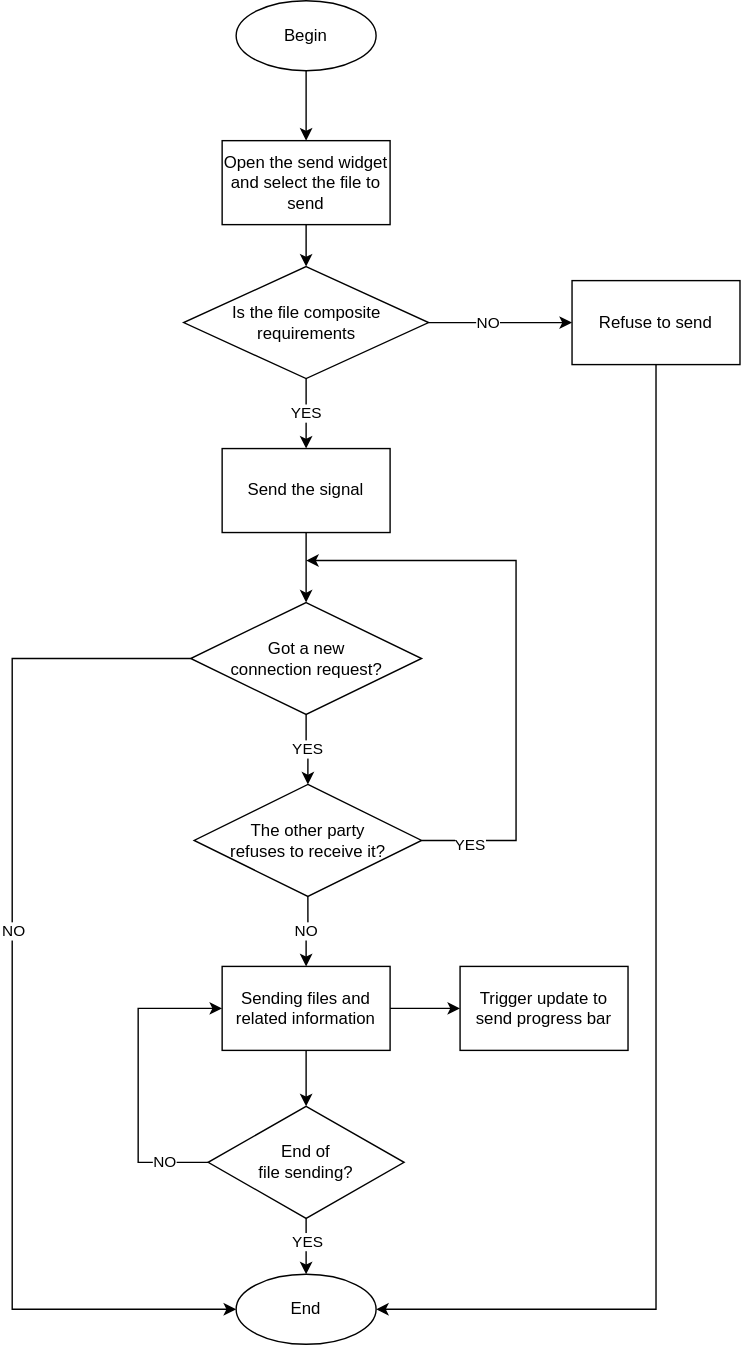
NekoSilverFox/PolyChat keeps this draw.io diagram as doc/pic/README/tcp_sender.svg. Above is the earlier version. Source tidied: cells renumbered, new cells last; positions are measured from the earlier drawing's top-left corner, leaving out a move shared by most shapes. The source it was exported from:
```xml
<mxGraphModel>
  <root>
    <mxCell id="0" />
    <mxCell id="1" parent="0" />
    <mxCell id="2" style="edgeStyle=orthogonalEdgeStyle;rounded=0;jettySize=auto;html=1;entryX=0.5;entryY=0;entryDx=0;entryDy=0;exitX=0.5;exitY=1;exitDx=0;exitDy=0;" parent="1" edge="1" source="23" target="4">
      <mxGeometry relative="1" as="geometry" />
    </mxCell>
    <mxCell id="3" style="edgeStyle=orthogonalEdgeStyle;rounded=0;jettySize=auto;html=1;" parent="1" edge="1" source="4" target="27">
      <mxGeometry relative="1" as="geometry" />
    </mxCell>
    <mxCell id="4" value="Open the send widget and select the file to send" style="rounded=0;whiteSpace=wrap;html=1;" parent="1" vertex="1">
      <mxGeometry x="150" y="100" width="120" height="60" as="geometry" />
    </mxCell>
    <mxCell id="5" style="edgeStyle=orthogonalEdgeStyle;rounded=0;jettySize=auto;html=1;" parent="1" edge="1" target="10">
      <mxGeometry relative="1" as="geometry">
        <mxPoint x="210" y="380" as="sourcePoint" />
      </mxGeometry>
    </mxCell>
    <mxCell id="6" value="Send the signal" style="rounded=0;whiteSpace=wrap;html=1;" parent="1" vertex="1">
      <mxGeometry x="150" y="320" width="120" height="60" as="geometry" />
    </mxCell>
    <mxCell id="7" value="YES" style="edgeStyle=orthogonalEdgeStyle;rounded=0;jettySize=auto;html=1;exitX=0.5;exitY=1;exitDx=0;exitDy=0;entryX=0.5;entryY=0;entryDx=0;entryDy=0;" parent="1" edge="1" source="10" target="14">
      <mxGeometry relative="1" as="geometry" />
    </mxCell>
    <mxCell id="8" style="edgeStyle=orthogonalEdgeStyle;rounded=0;jettySize=auto;html=1;exitX=0;exitY=0.5;exitDx=0;exitDy=0;entryX=0;entryY=0.5;entryDx=0;entryDy=0;" parent="1" edge="1" source="10" target="30">
      <mxGeometry relative="1" as="geometry">
        <Array as="points">
          <mxPoint y="470" />
          <mxPoint y="935" />
        </Array>
      </mxGeometry>
    </mxCell>
    <mxCell id="9" value="NO" style="edgeLabel;html=1;align=center;verticalAlign=middle;" parent="8" vertex="1">
      <mxGeometry x="-0.14" y="1" relative="1" as="geometry">
        <mxPoint x="-1" y="-1" as="offset" />
      </mxGeometry>
    </mxCell>
    <mxCell id="10" value="Got a new &lt;br&gt;connection request?" style="rhombus;whiteSpace=wrap;html=1;rounded=0;" parent="1" vertex="1">
      <mxGeometry x="127.5" y="430" width="165" height="80" as="geometry" />
    </mxCell>
    <mxCell id="11" style="edgeStyle=orthogonalEdgeStyle;rounded=0;jettySize=auto;html=1;exitX=1;exitY=0.5;exitDx=0;exitDy=0;" parent="1" edge="1" source="14">
      <mxGeometry relative="1" as="geometry">
        <mxPoint x="210" y="400" as="targetPoint" />
        <Array as="points">
          <mxPoint x="360" y="600" />
          <mxPoint x="360" y="400" />
        </Array>
      </mxGeometry>
    </mxCell>
    <mxCell id="12" value="YES" style="edgeLabel;html=1;align=center;verticalAlign=middle;" parent="11" vertex="1">
      <mxGeometry x="-0.84" y="-2" relative="1" as="geometry" />
    </mxCell>
    <mxCell id="13" value="NO" style="edgeStyle=orthogonalEdgeStyle;rounded=0;jettySize=auto;html=1;exitX=0.5;exitY=1;exitDx=0;exitDy=0;entryX=0.5;entryY=0;entryDx=0;entryDy=0;" parent="1" edge="1" source="14" target="17">
      <mxGeometry relative="1" as="geometry" />
    </mxCell>
    <mxCell id="14" value="The other party &lt;br&gt;refuses to receive it?" style="rhombus;whiteSpace=wrap;html=1;rounded=0;" parent="1" vertex="1">
      <mxGeometry x="130" y="560" width="162.5" height="80" as="geometry" />
    </mxCell>
    <mxCell id="15" style="edgeStyle=orthogonalEdgeStyle;rounded=0;jettySize=auto;html=1;" parent="1" edge="1" source="17" target="18">
      <mxGeometry relative="1" as="geometry" />
    </mxCell>
    <mxCell id="16" style="edgeStyle=orthogonalEdgeStyle;rounded=0;jettySize=auto;html=1;exitX=0.5;exitY=1;exitDx=0;exitDy=0;entryX=0.5;entryY=0;entryDx=0;entryDy=0;" parent="1" edge="1" source="17" target="22">
      <mxGeometry relative="1" as="geometry" />
    </mxCell>
    <mxCell id="17" value="Sending files and related information" style="rounded=0;whiteSpace=wrap;html=1;" parent="1" vertex="1">
      <mxGeometry x="150" y="690" width="120" height="60" as="geometry" />
    </mxCell>
    <mxCell id="18" value="Trigger update to send progress bar" style="rounded=0;whiteSpace=wrap;html=1;" parent="1" vertex="1">
      <mxGeometry x="320" y="690" width="120" height="60" as="geometry" />
    </mxCell>
    <mxCell id="19" value="NO" style="edgeStyle=orthogonalEdgeStyle;rounded=0;jettySize=auto;html=1;exitX=0;exitY=0.5;exitDx=0;exitDy=0;entryX=0;entryY=0.5;entryDx=0;entryDy=0;" parent="1" edge="1" source="22" target="17">
      <mxGeometry x="-0.71" relative="1" as="geometry">
        <Array as="points">
          <mxPoint x="90" y="830" />
          <mxPoint x="90" y="720" />
        </Array>
      </mxGeometry>
    </mxCell>
    <mxCell id="20" style="edgeStyle=orthogonalEdgeStyle;rounded=0;jettySize=auto;html=1;exitX=0.5;exitY=1;exitDx=0;exitDy=0;entryX=0.5;entryY=0;entryDx=0;entryDy=0;" parent="1" edge="1" source="22" target="30">
      <mxGeometry relative="1" as="geometry" />
    </mxCell>
    <mxCell id="21" value="YES" style="edgeLabel;html=1;align=center;verticalAlign=middle;" parent="20" vertex="1">
      <mxGeometry x="-0.2" relative="1" as="geometry" />
    </mxCell>
    <mxCell id="22" value="End of &lt;br&gt;file sending?" style="rhombus;whiteSpace=wrap;html=1;rounded=0;" parent="1" vertex="1">
      <mxGeometry x="140" y="790" width="140" height="80" as="geometry" />
    </mxCell>
    <mxCell id="23" value="Begin" style="ellipse;whiteSpace=wrap;html=1;" parent="1" vertex="1">
      <mxGeometry x="160" width="100" height="50" as="geometry" />
    </mxCell>
    <mxCell id="24" value="YES" style="edgeStyle=orthogonalEdgeStyle;rounded=0;jettySize=auto;html=1;" parent="1" edge="1" source="27" target="6">
      <mxGeometry relative="1" as="geometry" />
    </mxCell>
    <mxCell id="25" style="edgeStyle=orthogonalEdgeStyle;rounded=0;jettySize=auto;html=1;exitX=1;exitY=0.5;exitDx=0;exitDy=0;entryX=0;entryY=0.5;entryDx=0;entryDy=0;" parent="1" edge="1" source="27" target="29">
      <mxGeometry relative="1" as="geometry" />
    </mxCell>
    <mxCell id="26" value="NO" style="edgeLabel;html=1;align=center;verticalAlign=middle;" parent="25" vertex="1">
      <mxGeometry x="-0.18" y="1" relative="1" as="geometry" />
    </mxCell>
    <mxCell id="27" value="Is the file composite requirements" style="rhombus;whiteSpace=wrap;html=1;rounded=0;" parent="1" vertex="1">
      <mxGeometry x="122.5" y="190" width="175" height="80" as="geometry" />
    </mxCell>
    <mxCell id="28" style="edgeStyle=orthogonalEdgeStyle;rounded=0;jettySize=auto;html=1;exitX=0.5;exitY=1;exitDx=0;exitDy=0;entryX=1;entryY=0.5;entryDx=0;entryDy=0;" parent="1" edge="1" source="29" target="30">
      <mxGeometry relative="1" as="geometry">
        <Array as="points">
          <mxPoint x="460" y="935" />
        </Array>
      </mxGeometry>
    </mxCell>
    <mxCell id="29" value="Refuse to send" style="rounded=0;whiteSpace=wrap;html=1;" parent="1" vertex="1">
      <mxGeometry x="400" y="200" width="120" height="60" as="geometry" />
    </mxCell>
    <mxCell id="30" value="End" style="ellipse;whiteSpace=wrap;html=1;" parent="1" vertex="1">
      <mxGeometry x="160" y="910" width="100" height="50" as="geometry" />
    </mxCell>
  </root>
</mxGraphModel>
```
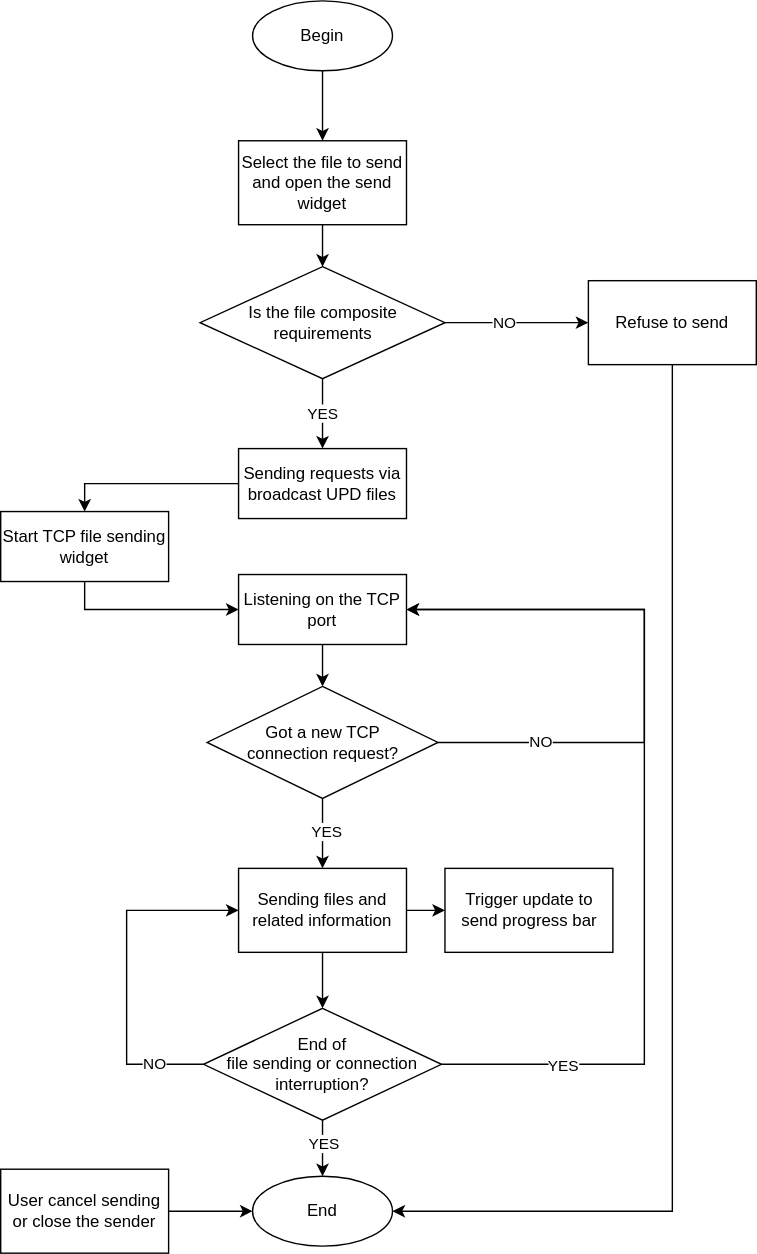
After the commit.

Diff of the diagram source:
```diff
@@ -8,54 +8,37 @@
     <mxCell id="3" style="edgeStyle=orthogonalEdgeStyle;rounded=0;jettySize=auto;html=1;" parent="1" edge="1" source="4" target="27">
       <mxGeometry relative="1" as="geometry" />
     </mxCell>
-    <mxCell id="4" value="Open the send widget and select the file to send" style="rounded=0;whiteSpace=wrap;html=1;" parent="1" vertex="1">
+    <mxCell id="4" value="Select the file to send and open the send widget" style="rounded=0;whiteSpace=wrap;html=1;" parent="1" vertex="1">
       <mxGeometry x="150" y="100" width="120" height="60" as="geometry" />
     </mxCell>
-    <mxCell id="5" style="edgeStyle=orthogonalEdgeStyle;rounded=0;jettySize=auto;html=1;" parent="1" edge="1" target="10">
-      <mxGeometry relative="1" as="geometry">
-        <mxPoint x="210" y="380" as="sourcePoint" />
-      </mxGeometry>
-    </mxCell>
+    <mxCell id="31" style="edgeStyle=orthogonalEdgeStyle;rounded=0;jettySize=auto;html=1;exitX=0;exitY=0.5;exitDx=0;exitDy=0;entryX=0.5;entryY=0;entryDx=0;entryDy=0;" parent="1" edge="1" source="6" target="42">
+      <mxGeometry relative="1" as="geometry" />
+    </mxCell>
-    <mxCell id="6" value="Send the signal" style="rounded=0;whiteSpace=wrap;html=1;" parent="1" vertex="1">
-      <mxGeometry x="150" y="320" width="120" height="60" as="geometry" />
+    <mxCell id="6" value="Sending requests via broadcast UPD files" style="rounded=0;whiteSpace=wrap;html=1;" parent="1" vertex="1">
+      <mxGeometry x="150" y="320" width="120" height="50" as="geometry" />
     </mxCell>
-    <mxCell id="7" value="YES" style="edgeStyle=orthogonalEdgeStyle;rounded=0;jettySize=auto;html=1;exitX=0.5;exitY=1;exitDx=0;exitDy=0;entryX=0.5;entryY=0;entryDx=0;entryDy=0;" parent="1" edge="1" source="10" target="14">
-      <mxGeometry relative="1" as="geometry" />
-    </mxCell>
-    <mxCell id="8" style="edgeStyle=orthogonalEdgeStyle;rounded=0;jettySize=auto;html=1;exitX=0;exitY=0.5;exitDx=0;exitDy=0;entryX=0;entryY=0.5;entryDx=0;entryDy=0;" parent="1" edge="1" source="10" target="30">
-      <mxGeometry relative="1" as="geometry">
-        <Array as="points">
-          <mxPoint y="470" />
-          <mxPoint y="935" />
-        </Array>
-      </mxGeometry>
-    </mxCell>
+    <mxCell id="32" style="edgeStyle=orthogonalEdgeStyle;rounded=0;jettySize=auto;html=1;" parent="1" edge="1" source="10" target="17">
+      <mxGeometry relative="1" as="geometry" />
+    </mxCell>
+    <mxCell id="33" value="YES" style="edgeLabel;html=1;align=center;verticalAlign=middle;" parent="32" vertex="1">
+      <mxGeometry x="-0.08" y="2" relative="1" as="geometry" />
+    </mxCell>
+    <mxCell id="34" style="edgeStyle=orthogonalEdgeStyle;rounded=0;jettySize=auto;html=1;exitX=1;exitY=0.5;exitDx=0;exitDy=0;entryX=1;entryY=0.5;entryDx=0;entryDy=0;" parent="1" edge="1" source="10" target="38">
+      <mxGeometry relative="1" as="geometry">
+        <Array as="points">
+          <mxPoint x="440" y="530" />
+          <mxPoint x="440" y="435" />
+        </Array>
+      </mxGeometry>
+    </mxCell>
-    <mxCell id="9" value="NO" style="edgeLabel;html=1;align=center;verticalAlign=middle;" parent="8" vertex="1">
-      <mxGeometry x="-0.14" y="1" relative="1" as="geometry">
-        <mxPoint x="-1" y="-1" as="offset" />
+    <mxCell id="9" value="NO" style="edgeLabel;html=1;align=center;verticalAlign=middle;" parent="34" vertex="1">
+      <mxGeometry x="-0.65" y="1" relative="1" as="geometry">
+        <mxPoint x="1" as="offset" />
       </mxGeometry>
     </mxCell>
-    <mxCell id="10" value="Got a new &lt;br&gt;connection request?" style="rhombus;whiteSpace=wrap;html=1;rounded=0;" parent="1" vertex="1">
-      <mxGeometry x="127.5" y="430" width="165" height="80" as="geometry" />
+    <mxCell id="10" value="Got a new TCP&lt;br&gt;connection request?" style="rhombus;whiteSpace=wrap;html=1;rounded=0;" parent="1" vertex="1">
+      <mxGeometry x="127.5" y="490" width="165" height="80" as="geometry" />
     </mxCell>
-    <mxCell id="11" style="edgeStyle=orthogonalEdgeStyle;rounded=0;jettySize=auto;html=1;exitX=1;exitY=0.5;exitDx=0;exitDy=0;" parent="1" edge="1" source="14">
-      <mxGeometry relative="1" as="geometry">
-        <mxPoint x="210" y="400" as="targetPoint" />
-        <Array as="points">
-          <mxPoint x="360" y="600" />
-          <mxPoint x="360" y="400" />
-        </Array>
-      </mxGeometry>
-    </mxCell>
-    <mxCell id="12" value="YES" style="edgeLabel;html=1;align=center;verticalAlign=middle;" parent="11" vertex="1">
-      <mxGeometry x="-0.84" y="-2" relative="1" as="geometry" />
-    </mxCell>
-    <mxCell id="13" value="NO" style="edgeStyle=orthogonalEdgeStyle;rounded=0;jettySize=auto;html=1;exitX=0.5;exitY=1;exitDx=0;exitDy=0;entryX=0.5;entryY=0;entryDx=0;entryDy=0;" parent="1" edge="1" source="14" target="17">
-      <mxGeometry relative="1" as="geometry" />
-    </mxCell>
-    <mxCell id="14" value="The other party &lt;br&gt;refuses to receive it?" style="rhombus;whiteSpace=wrap;html=1;rounded=0;" parent="1" vertex="1">
-      <mxGeometry x="130" y="560" width="162.5" height="80" as="geometry" />
-    </mxCell>
     <mxCell id="15" style="edgeStyle=orthogonalEdgeStyle;rounded=0;jettySize=auto;html=1;" parent="1" edge="1" source="17" target="18">
       <mxGeometry relative="1" as="geometry" />
     </mxCell>
@@ -63,16 +46,16 @@
       <mxGeometry relative="1" as="geometry" />
     </mxCell>
     <mxCell id="17" value="Sending files and related information" style="rounded=0;whiteSpace=wrap;html=1;" parent="1" vertex="1">
-      <mxGeometry x="150" y="690" width="120" height="60" as="geometry" />
+      <mxGeometry x="150" y="620" width="120" height="60" as="geometry" />
     </mxCell>
     <mxCell id="18" value="Trigger update to send progress bar" style="rounded=0;whiteSpace=wrap;html=1;" parent="1" vertex="1">
-      <mxGeometry x="320" y="690" width="120" height="60" as="geometry" />
+      <mxGeometry x="297.5" y="620" width="120" height="60" as="geometry" />
     </mxCell>
     <mxCell id="19" value="NO" style="edgeStyle=orthogonalEdgeStyle;rounded=0;jettySize=auto;html=1;exitX=0;exitY=0.5;exitDx=0;exitDy=0;entryX=0;entryY=0.5;entryDx=0;entryDy=0;" parent="1" edge="1" source="22" target="17">
       <mxGeometry x="-0.71" relative="1" as="geometry">
         <Array as="points">
-          <mxPoint x="90" y="830" />
-          <mxPoint x="90" y="720" />
+          <mxPoint x="70" y="760" />
+          <mxPoint x="70" y="650" />
         </Array>
       </mxGeometry>
     </mxCell>
@@ -82,8 +65,21 @@
     <mxCell id="21" value="YES" style="edgeLabel;html=1;align=center;verticalAlign=middle;" parent="20" vertex="1">
       <mxGeometry x="-0.2" relative="1" as="geometry" />
     </mxCell>
+    <mxCell id="35" style="edgeStyle=orthogonalEdgeStyle;rounded=0;jettySize=auto;html=1;exitX=1;exitY=0.5;exitDx=0;exitDy=0;entryX=1;entryY=0.5;entryDx=0;entryDy=0;" parent="1" edge="1" source="22" target="38">
+      <mxGeometry relative="1" as="geometry">
+        <Array as="points">
+          <mxPoint x="440" y="760" />
+          <mxPoint x="440" y="435" />
+        </Array>
+      </mxGeometry>
+    </mxCell>
+    <mxCell id="36" value="YES" style="edgeLabel;html=1;align=center;verticalAlign=middle;" parent="35" vertex="1">
+      <mxGeometry x="-0.77" y="-1" relative="1" as="geometry">
+        <mxPoint x="12" y="-1" as="offset" />
+      </mxGeometry>
+    </mxCell>
-    <mxCell id="22" value="End of &lt;br&gt;file sending?" style="rhombus;whiteSpace=wrap;html=1;rounded=0;" parent="1" vertex="1">
-      <mxGeometry x="140" y="790" width="140" height="80" as="geometry" />
+    <mxCell id="22" value="End of &lt;br&gt;file sending or connection interruption?" style="rhombus;whiteSpace=wrap;html=1;rounded=0;" parent="1" vertex="1">
+      <mxGeometry x="125" y="720" width="170" height="80" as="geometry" />
     </mxCell>
     <mxCell id="23" value="Begin" style="ellipse;whiteSpace=wrap;html=1;" parent="1" vertex="1">
       <mxGeometry x="160" width="100" height="50" as="geometry" />
@@ -103,7 +99,7 @@
     <mxCell id="28" style="edgeStyle=orthogonalEdgeStyle;rounded=0;jettySize=auto;html=1;exitX=0.5;exitY=1;exitDx=0;exitDy=0;entryX=1;entryY=0.5;entryDx=0;entryDy=0;" parent="1" edge="1" source="29" target="30">
       <mxGeometry relative="1" as="geometry">
         <Array as="points">
-          <mxPoint x="460" y="935" />
+          <mxPoint x="460" y="865" />
         </Array>
       </mxGeometry>
     </mxCell>
@@ -111,7 +107,25 @@
       <mxGeometry x="400" y="200" width="120" height="60" as="geometry" />
     </mxCell>
     <mxCell id="30" value="End" style="ellipse;whiteSpace=wrap;html=1;" parent="1" vertex="1">
-      <mxGeometry x="160" y="910" width="100" height="50" as="geometry" />
+      <mxGeometry x="160" y="840" width="100" height="50" as="geometry" />
     </mxCell>
+    <mxCell id="37" style="edgeStyle=orthogonalEdgeStyle;rounded=0;jettySize=auto;html=1;" parent="1" edge="1" source="38" target="10">
+      <mxGeometry relative="1" as="geometry" />
+    </mxCell>
+    <mxCell id="38" value="Listening on the TCP port" style="rounded=0;whiteSpace=wrap;html=1;" parent="1" vertex="1">
+      <mxGeometry x="150" y="410" width="120" height="50" as="geometry" />
+    </mxCell>
+    <mxCell id="39" style="edgeStyle=orthogonalEdgeStyle;rounded=0;jettySize=auto;html=1;" parent="1" edge="1" source="40" target="30">
+      <mxGeometry relative="1" as="geometry" />
+    </mxCell>
+    <mxCell id="40" value="User cancel sending or close the sender" style="rounded=0;whiteSpace=wrap;html=1;" parent="1" vertex="1">
+      <mxGeometry x="-20" y="835" width="120" height="60" as="geometry" />
+    </mxCell>
+    <mxCell id="41" style="edgeStyle=orthogonalEdgeStyle;rounded=0;jettySize=auto;html=1;exitX=0.5;exitY=1;exitDx=0;exitDy=0;entryX=0;entryY=0.5;entryDx=0;entryDy=0;" parent="1" edge="1" source="42" target="38">
+      <mxGeometry relative="1" as="geometry" />
+    </mxCell>
+    <mxCell id="42" value="Start TCP file sending widget" style="rounded=0;whiteSpace=wrap;html=1;" parent="1" vertex="1">
+      <mxGeometry x="-20" y="365" width="120" height="50" as="geometry" />
+    </mxCell>
   </root>
 </mxGraphModel>
```
